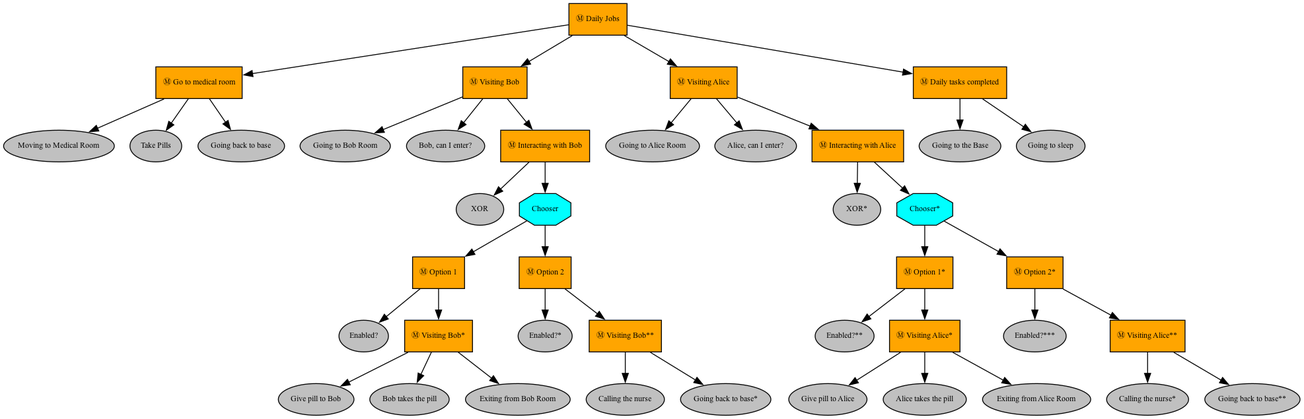
Before: images/daily_jobs.png, a diagram exported from Graphviz (capriele/gssi-human-centric-exam). Its source is kept beside it as images/daily_jobs.dot.
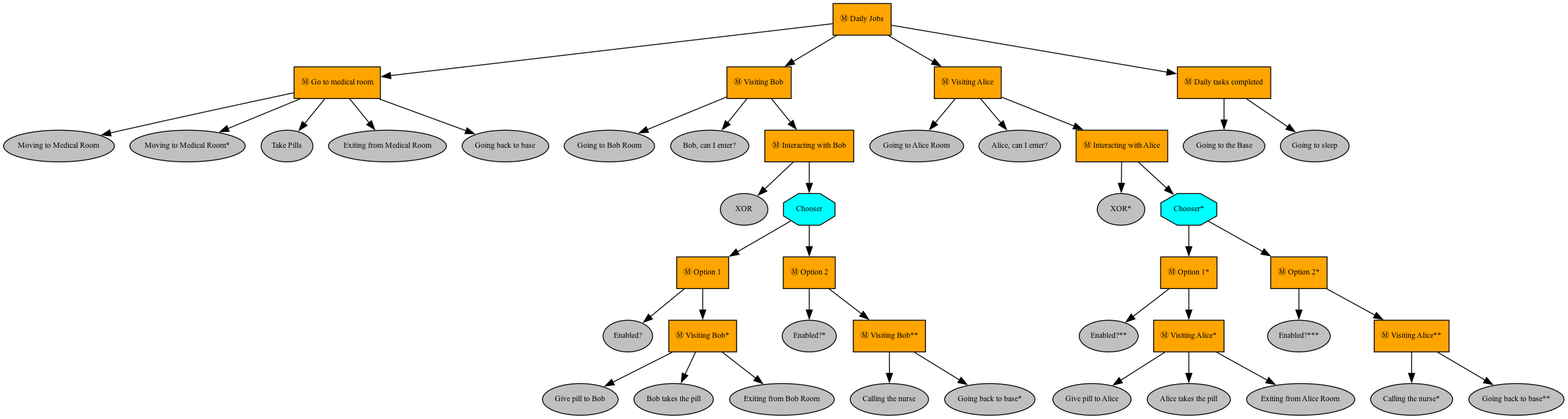
After the commit.

The edit, as a diff of the source:
```diff
@@ -8,8 +8,12 @@
 "Daily Jobs" -> "Go to medical room";
 "Moving to Medical Room" [fillcolor=gray, fontcolor=black, fontsize=9, label="Moving to Medical Room", shape=ellipse, style=filled];
 "Go to medical room" -> "Moving to Medical Room";
+"Moving to Medical Room*" [fillcolor=gray, fontcolor=black, fontsize=9, label="Moving to Medical Room*", shape=ellipse, style=filled];
+"Go to medical room" -> "Moving to Medical Room*";
 "Take Pills" [fillcolor=gray, fontcolor=black, fontsize=9, label="Take Pills", shape=ellipse, style=filled];
 "Go to medical room" -> "Take Pills";
+"Exiting from Medical Room" [fillcolor=gray, fontcolor=black, fontsize=9, label="Exiting from Medical Room", shape=ellipse, style=filled];
+"Go to medical room" -> "Exiting from Medical Room";
 "Going back to base" [fillcolor=gray, fontcolor=black, fontsize=9, label="Going back to base", shape=ellipse, style=filled];
 "Go to medical room" -> "Going back to base";
 "Visiting Bob" [fillcolor=orange, fontcolor=black, fontsize=9, label="Ⓜ Visiting Bob", shape=box, style=filled];
```
